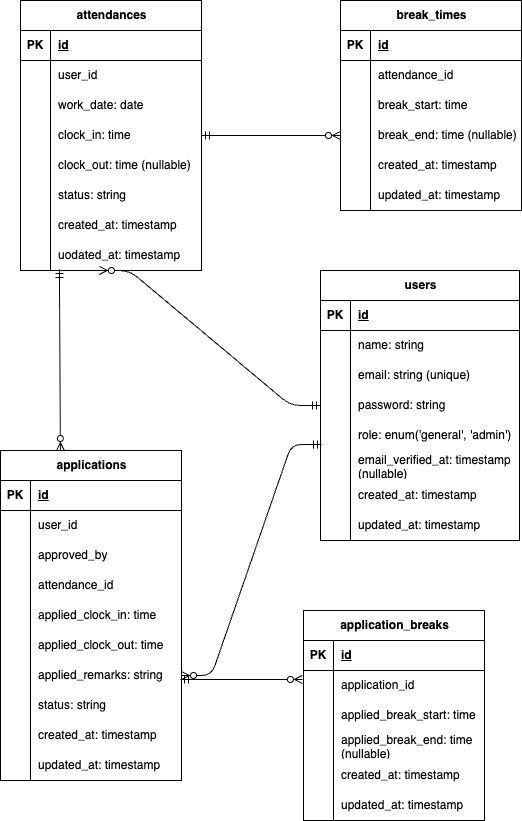
This is ER.drawio.png from Yumi-86/Attendance-Management, a draw.io export, as it was before one commit. Source tidied: cells renumbered, new cells last; positions are measured from the earlier drawing's top-left corner, leaving out a move shared by most shapes.
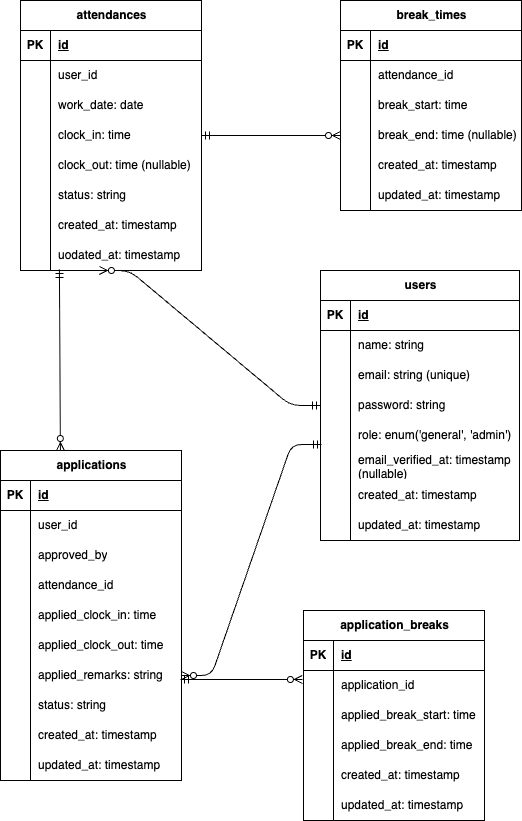
After the commit.

Commit message:
ER図の一部修正

Change to the diagram source:
```diff
@@ -263,7 +263,7 @@
     <mxCell id="88" style="shape=partialRectangle;fillColor=none;top=0;left=0;bottom=0;right=0;overflow=hidden;whiteSpace=wrap;html=1;" parent="87" vertex="1">
       <mxGeometry width="30" height="30" as="geometry" />
     </mxCell>
-    <mxCell id="89" value="applied_break_end: time&lt;div&gt;(nullable)&lt;/div&gt;" style="shape=partialRectangle;fillColor=none;top=0;left=0;bottom=0;right=0;align=left;spacingLeft=6;overflow=hidden;whiteSpace=wrap;html=1;" parent="87" vertex="1">
+    <mxCell id="89" value="applied_break_end: time" style="shape=partialRectangle;fillColor=none;top=0;left=0;bottom=0;right=0;align=left;spacingLeft=6;overflow=hidden;whiteSpace=wrap;html=1;" parent="87" vertex="1">
       <mxGeometry x="30" width="151" height="30" as="geometry" />
     </mxCell>
     <mxCell id="90" style="shape=tableRow;horizontal=0;startSize=0;swimlaneHead=0;swimlaneBody=0;fillColor=none;top=0;left=0;right=0;bottom=0;" parent="77" vertex="1">
```
